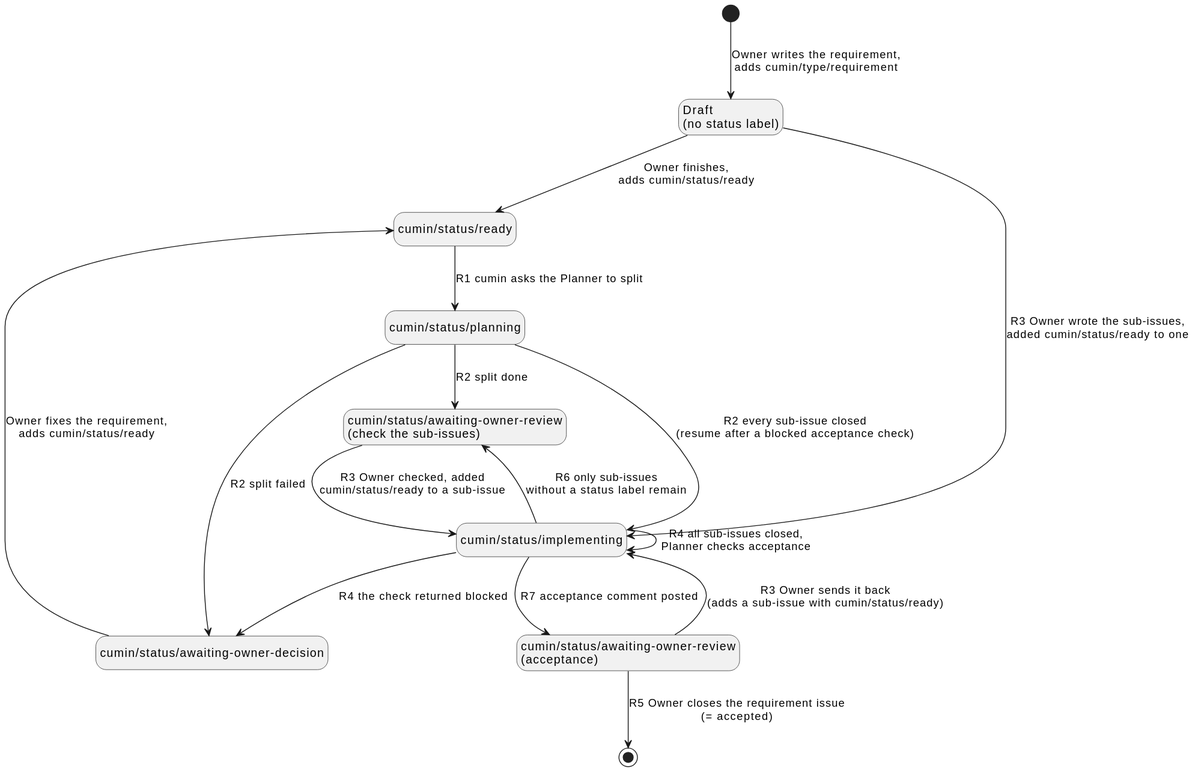
Earlier version of the PlantUML export docs/ja/requirements/workflow/requirement-issue-states.svg (cloveclovedev/cumin-works).
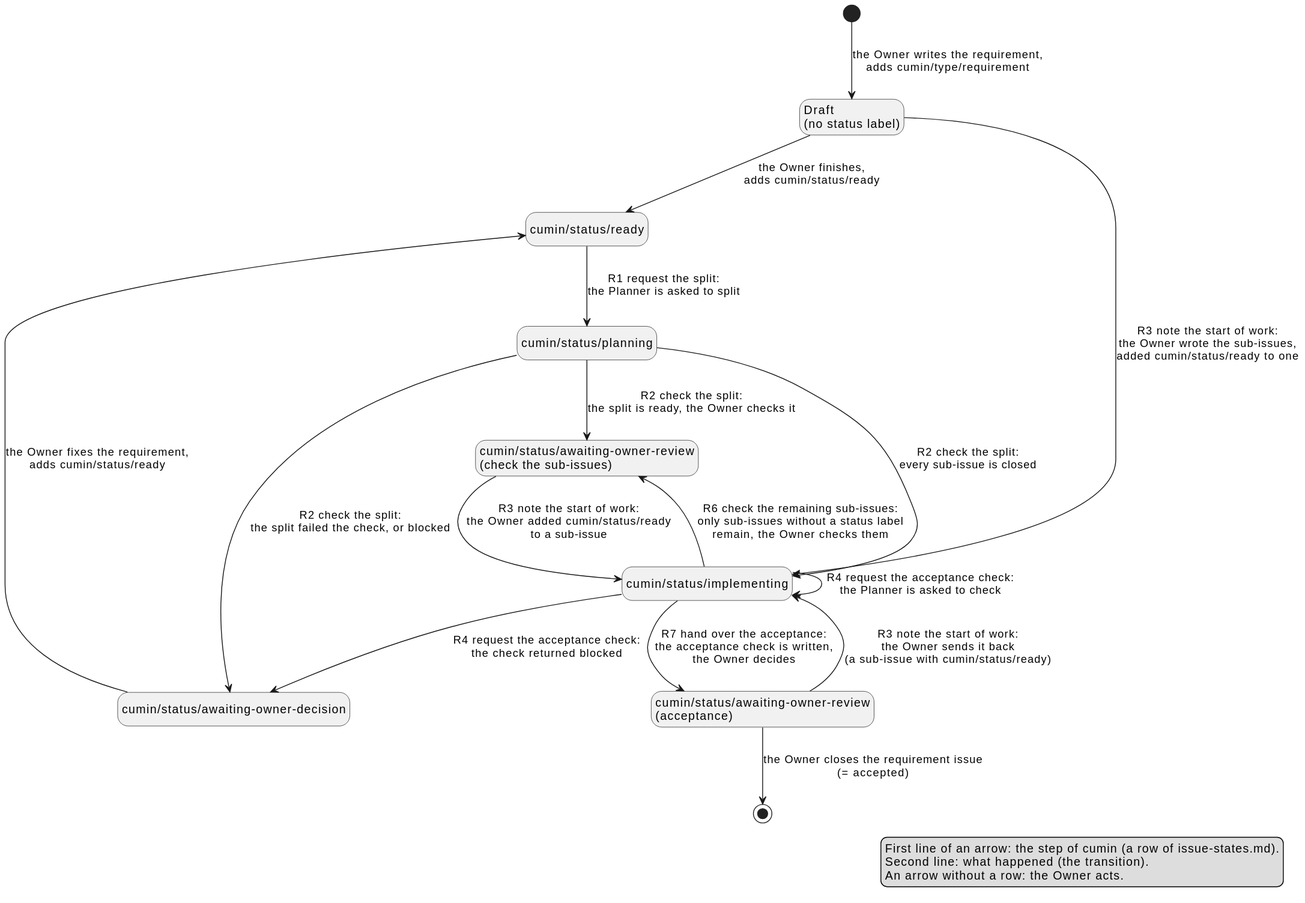
Above is the later version.

Commit message:
docs(requirements): draft the names of steps and transitions in the two state diagrams

What changed in the source:
```diff
@@ -10,19 +10,25 @@
 state "cumin/status/awaiting-owner-review\n(acceptance)" as Acceptance
 state "cumin/status/awaiting-owner-decision" as Decision
 
-[*] --> Draft : Owner writes the requirement,\nadds cumin/type/requirement
-Draft --> Ready : Owner finishes,\nadds cumin/status/ready
-Draft --> Implementing : R3 Owner wrote the sub-issues,\nadded cumin/status/ready to one
-Ready --> Planning : R1 cumin asks the Planner to split
-Planning --> PlanReview : R2 split done
-Planning --> Implementing : R2 every sub-issue closed\n(resume after a blocked acceptance check)
-Planning --> Decision : R2 split failed
-Decision --> Ready : Owner fixes the requirement,\nadds cumin/status/ready
-PlanReview --> Implementing : R3 Owner checked, added\ncumin/status/ready to a sub-issue
-Implementing --> Implementing : R4 all sub-issues closed,\nPlanner checks acceptance
-Implementing --> Decision : R4 the check returned blocked
-Implementing --> Acceptance : R7 acceptance comment posted
-Implementing --> PlanReview : R6 only sub-issues\nwithout a status label remain
-Acceptance --> Implementing : R3 Owner sends it back\n(adds a sub-issue with cumin/status/ready)
-Acceptance --> [*] : R5 Owner closes the requirement issue\n(= accepted)
+[*] --> Draft : the Owner writes the requirement,\nadds cumin/type/requirement
+Draft --> Ready : the Owner finishes,\nadds cumin/status/ready
+Draft --> Implementing : R3 note the start of work:\nthe Owner wrote the sub-issues,\nadded cumin/status/ready to one
+Ready --> Planning : R1 request the split:\nthe Planner is asked to split
+Planning --> PlanReview : R2 check the split:\nthe split is ready, the Owner checks it
+Planning --> Implementing : R2 check the split:\nevery sub-issue is closed
+Planning --> Decision : R2 check the split:\nthe split failed the check, or blocked
+Decision --> Ready : the Owner fixes the requirement,\nadds cumin/status/ready
+PlanReview --> Implementing : R3 note the start of work:\nthe Owner added cumin/status/ready\nto a sub-issue
+Implementing --> Implementing : R4 request the acceptance check:\nthe Planner is asked to check
+Implementing --> Decision : R4 request the acceptance check:\nthe check returned blocked
+Implementing --> Acceptance : R7 hand over the acceptance:\nthe acceptance check is written,\nthe Owner decides
+Implementing --> PlanReview : R6 check the remaining sub-issues:\nonly sub-issues without a status label\nremain, the Owner checks them
+Acceptance --> Implementing : R3 note the start of work:\nthe Owner sends it back\n(a sub-issue with cumin/status/ready)
+Acceptance --> [*] : the Owner closes the requirement issue\n(= accepted)
+
+legend right
+  First line of an arrow: the step of cumin (a row of issue-states.md).
+  Second line: what happened (the transition).
+  An arrow without a row: the Owner acts.
+endlegend
 @enduml
```
